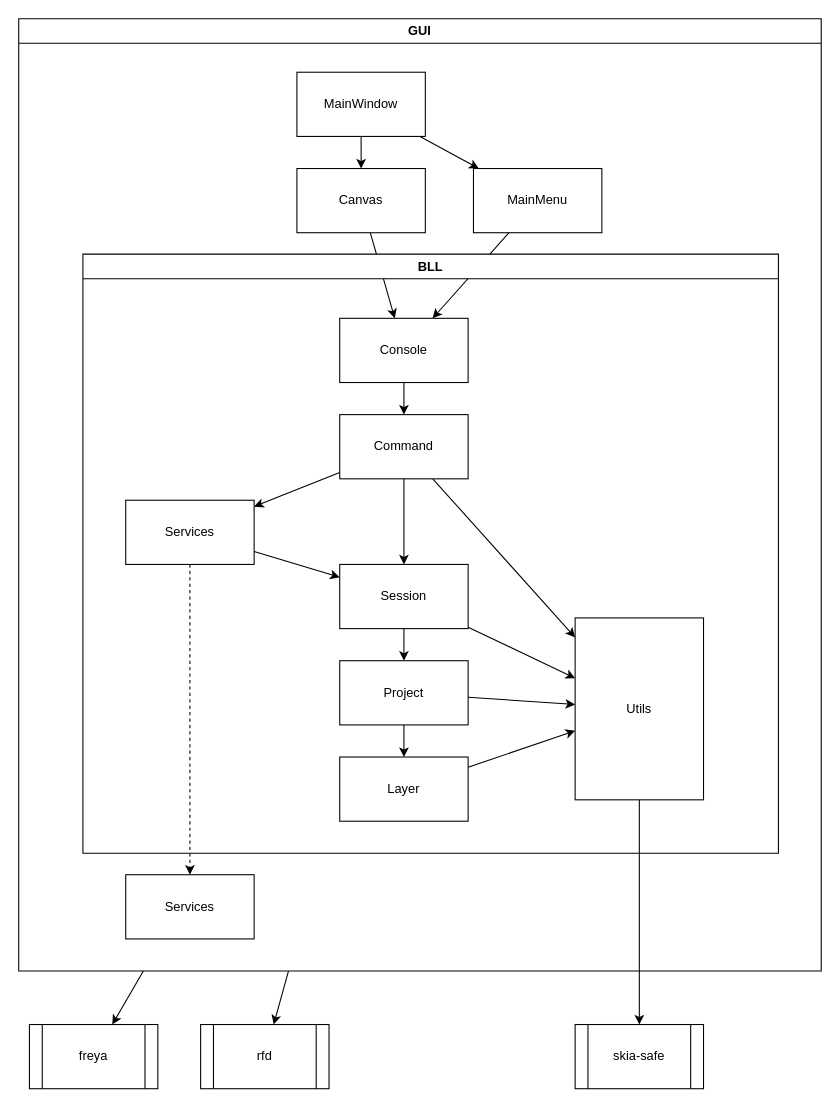
Above: doc/overview.drawio in nak5655/pixrium (draw.io), before the change. Source tidied: cells renumbered, new cells numbered last; positions are measured from the earlier drawing's top-left corner, leaving out a move shared by most shapes. Both pictures are drawn from the tidied source at 107%, with x=0, y=0 at pixel (18, 18).
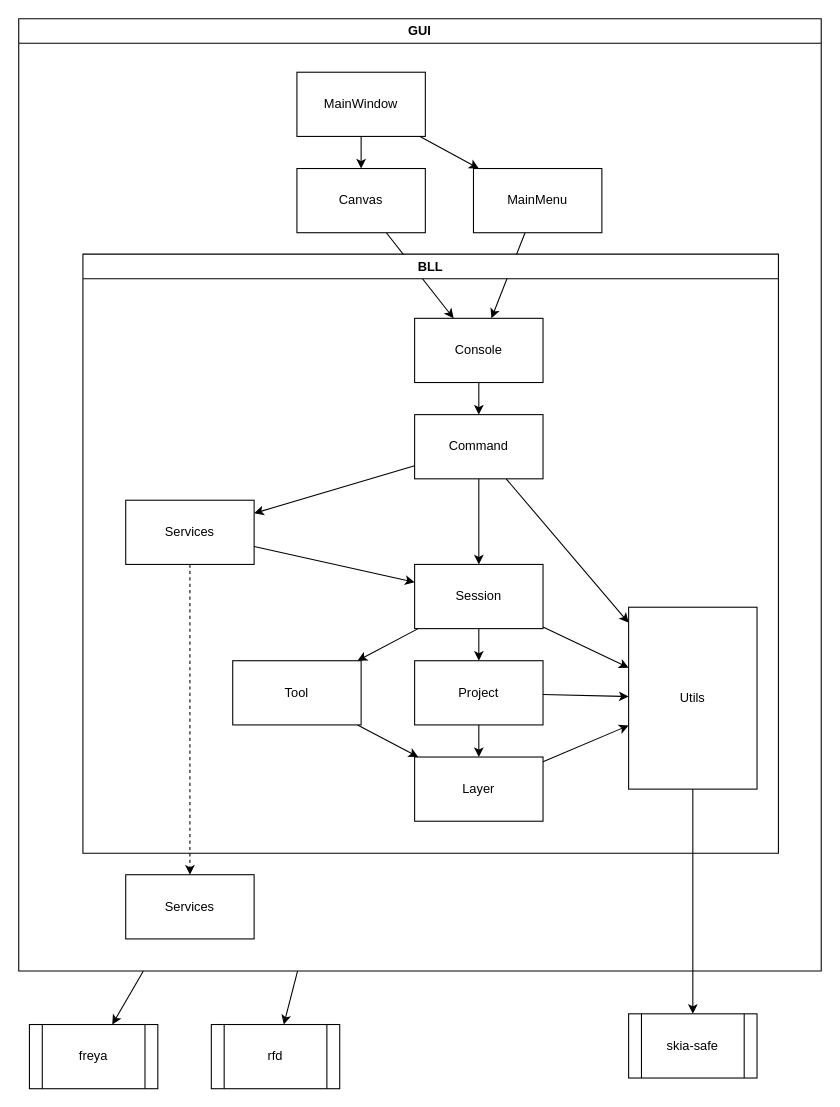
Above is the later version.

The change refers to these unchanged cells:
```xml
<mxCell id="12" value="BLL" style="swimlane;whiteSpace=wrap;html=1;" parent="4" vertex="1">
  <mxGeometry x="60" y="220" width="650" height="560" as="geometry" />
</mxCell>
```

What changed in the source:
```diff
@@
+    <mxCell id="36" style="edgeStyle=none;rounded=0;jettySize=auto;html=1;" parent="12" edge="1" source="15" target="38">
+      <mxGeometry relative="1" as="geometry" />
+    </mxCell>
     <mxCell id="15" value="Session" style="rounded=0;whiteSpace=wrap;html=1;" parent="12" vertex="1">
-      <mxGeometry x="240" y="290" width="120" height="60" as="geometry" />
+      <mxGeometry x="310" y="290" width="120" height="60" as="geometry" />
     </mxCell>
@@
     <mxCell id="18" value="Command" style="rounded=0;whiteSpace=wrap;html=1;" parent="12" vertex="1">
-      <mxGeometry x="240" y="150" width="120" height="60" as="geometry" />
+      <mxGeometry x="310" y="150" width="120" height="60" as="geometry" />
     </mxCell>
@@
     <mxCell id="20" value="Project" style="rounded=0;whiteSpace=wrap;html=1;" parent="12" vertex="1">
-      <mxGeometry x="240" y="380" width="120" height="60" as="geometry" />
+      <mxGeometry x="310" y="380" width="120" height="60" as="geometry" />
     </mxCell>
@@
     <mxCell id="22" value="Layer" style="rounded=0;whiteSpace=wrap;html=1;" parent="12" vertex="1">
-      <mxGeometry x="240" y="470" width="120" height="60" as="geometry" />
+      <mxGeometry x="310" y="470" width="120" height="60" as="geometry" />
     </mxCell>
@@
     <mxCell id="25" value="Console" style="rounded=0;whiteSpace=wrap;html=1;" parent="12" vertex="1">
-      <mxGeometry x="240" y="60" width="120" height="60" as="geometry" />
+      <mxGeometry x="310" y="60" width="120" height="60" as="geometry" />
     </mxCell>
     <mxCell id="26" value="Utils" style="rounded=0;whiteSpace=wrap;html=1;" parent="12" vertex="1">
-      <mxGeometry x="460" y="340" width="120" height="170" as="geometry" />
+      <mxGeometry x="510" y="330" width="120" height="170" as="geometry" />
     </mxCell>
+    <mxCell id="37" style="edgeStyle=none;rounded=0;jettySize=auto;html=1;" parent="12" edge="1" source="38" target="22">
+      <mxGeometry relative="1" as="geometry" />
+    </mxCell>
+    <mxCell id="38" value="Tool" style="rounded=0;whiteSpace=wrap;html=1;" parent="12" vertex="1">
+      <mxGeometry x="140" y="380" width="120" height="60" as="geometry" />
+    </mxCell>
@@
     <mxCell id="33" value="rfd" style="shape=process;whiteSpace=wrap;html=1;backgroundOutline=1;" parent="1" vertex="1">
-      <mxGeometry x="170" y="940" width="120" height="60" as="geometry" />
+      <mxGeometry x="180" y="940" width="120" height="60" as="geometry" />
     </mxCell>
     <mxCell id="34" value="skia-safe" style="shape=process;whiteSpace=wrap;html=1;backgroundOutline=1;" parent="1" vertex="1">
-      <mxGeometry x="520" y="940" width="120" height="60" as="geometry" />
+      <mxGeometry x="570" y="930" width="120" height="60" as="geometry" />
     </mxCell>
```
